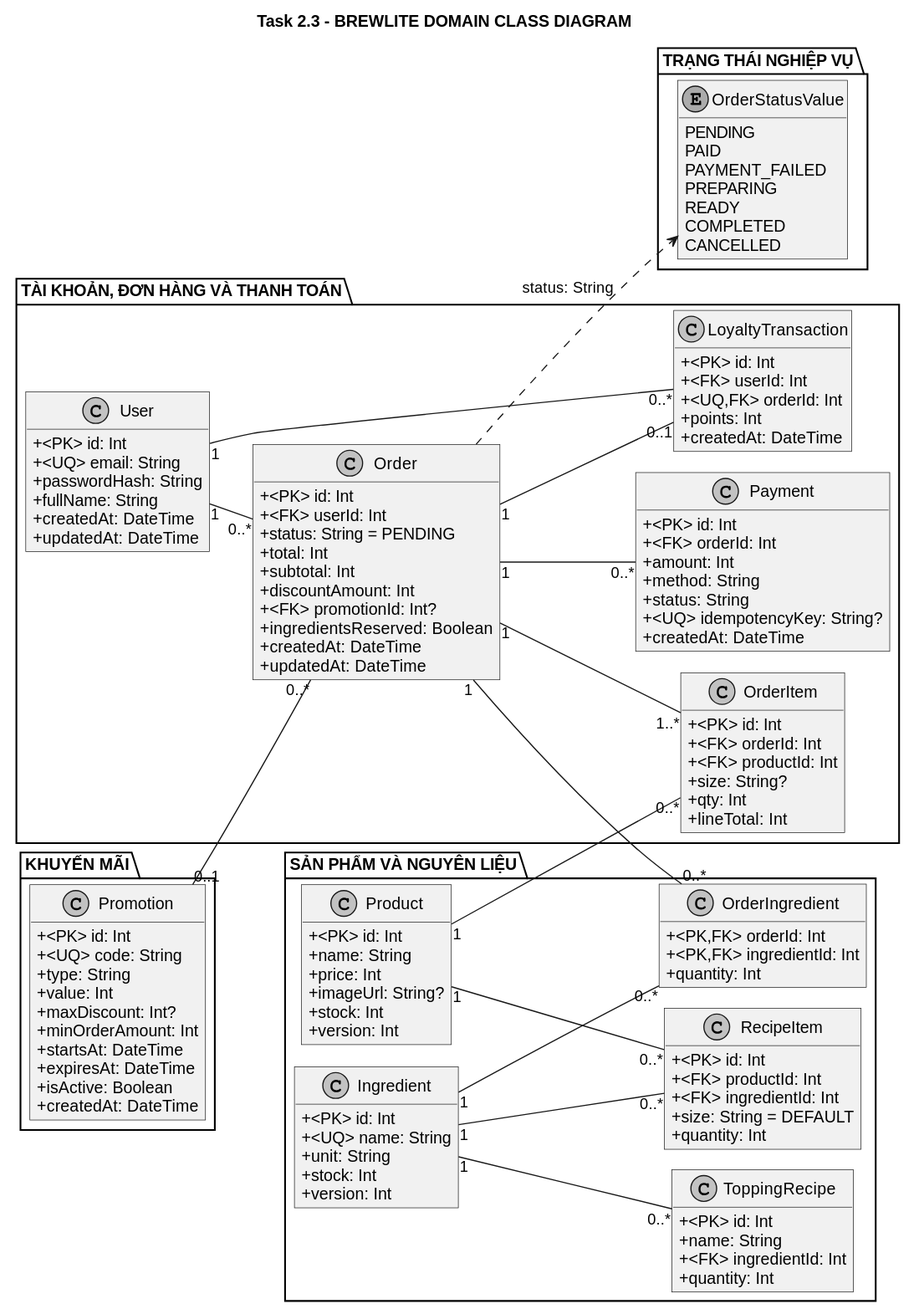
Earlier version of the PlantUML export docs/diagrams/class-domain.svg (leduc16102006-jpg/assiment2).
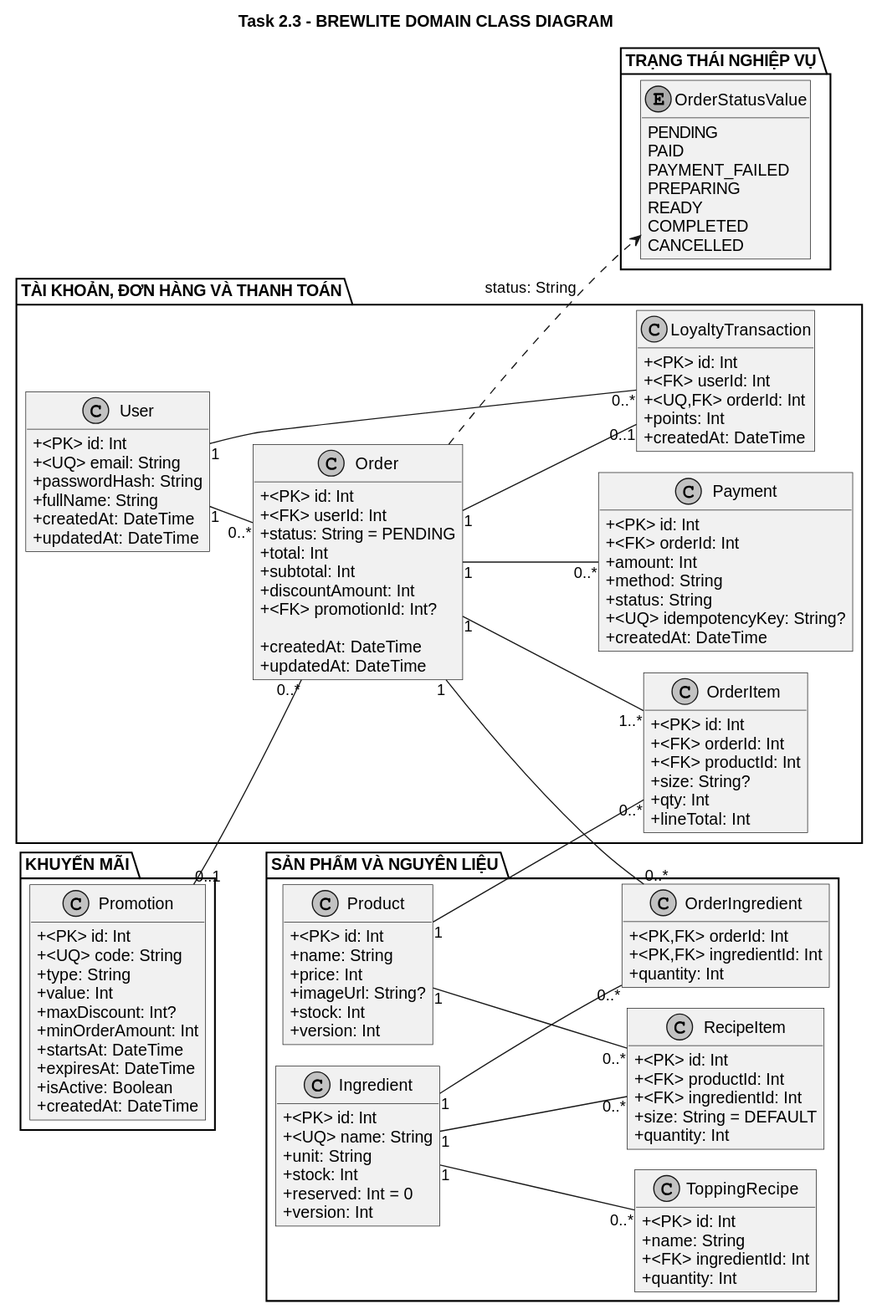
The same diagram one commit later.

Commit message:
fix(diagrams): align Ingredient.reserved attribute with sequence diagram

The edit, as a diff of the source:
```diff
@@ -31,7 +31,7 @@
     + subtotal: Int
     + discountAmount: Int
     + <FK> promotionId: Int?
-    + ingredientsReserved: Boolean
+
     + createdAt: DateTime
     + updatedAt: DateTime
   }
@@ -80,6 +80,7 @@
     + <UQ> name: String
     + unit: String
     + stock: Int
+    + reserved: Int = 0
     + version: Int
   }
 
```
